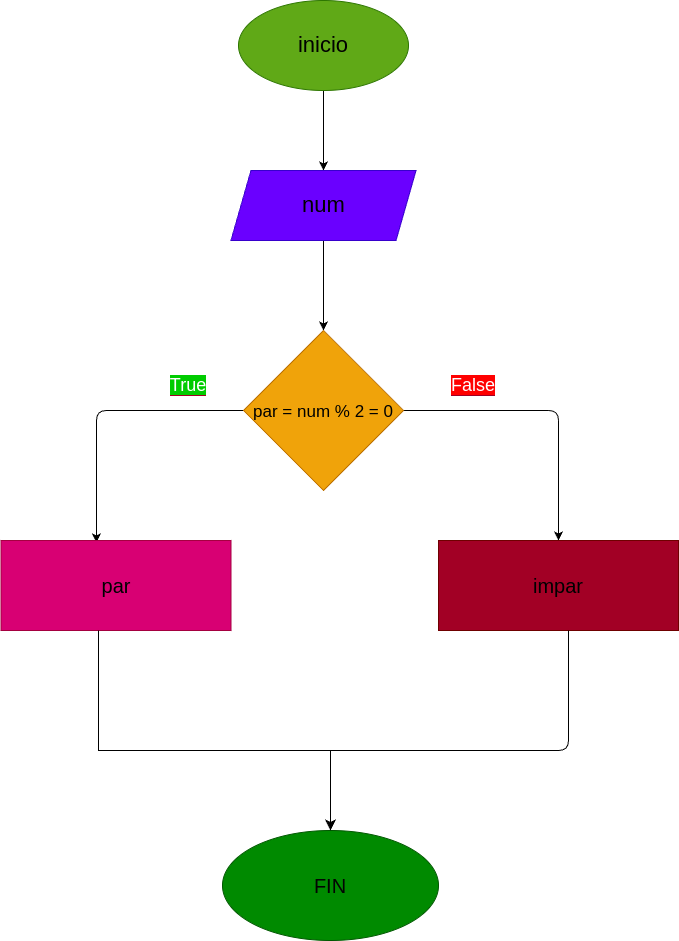
Above: Diagrama.png in Nicolas942/Par_impar (draw.io), before the change. Source tidied: cells renumbered, new cells last; positions are measured from the earlier drawing's top-left corner, leaving out a move shared by most shapes.
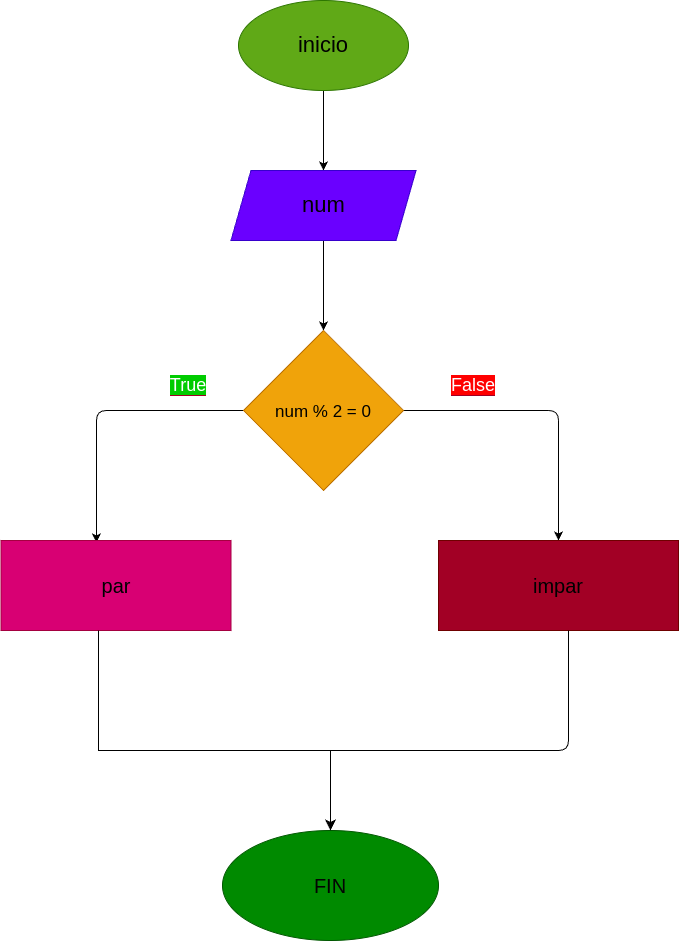
The same file after the commit.

Diff of the diagram source:
```diff
@@ -28,7 +28,7 @@
         </Array>
       </mxGeometry>
     </mxCell>
-    <mxCell id="8" value="&lt;font style=&quot;font-size: 17px;&quot;&gt;par = num % 2 = 0&lt;/font&gt;&lt;span style=&quot;font-size: 20px;&quot;&gt;&lt;br&gt;&lt;/span&gt;" style="rhombus;whiteSpace=wrap;html=1;fontSize=22;fillColor=#f0a30a;fontColor=#000000;strokeColor=#BD7000;" parent="1" vertex="1">
+    <mxCell id="8" value="&lt;font style=&quot;font-size: 17px;&quot;&gt;num % 2 = 0&lt;/font&gt;&lt;span style=&quot;font-size: 20px;&quot;&gt;&lt;br&gt;&lt;/span&gt;" style="rhombus;whiteSpace=wrap;html=1;fontSize=22;fillColor=#f0a30a;fontColor=#000000;strokeColor=#BD7000;" parent="1" vertex="1">
       <mxGeometry x="243" y="330" width="160" height="160" as="geometry" />
     </mxCell>
     <mxCell id="9" value="&lt;font color=&quot;#000000&quot;&gt;par&lt;/font&gt;" style="rounded=0;whiteSpace=wrap;html=1;fontSize=20;fillColor=#d80073;fontColor=#ffffff;strokeColor=#A50040;" parent="1" vertex="1">
```
